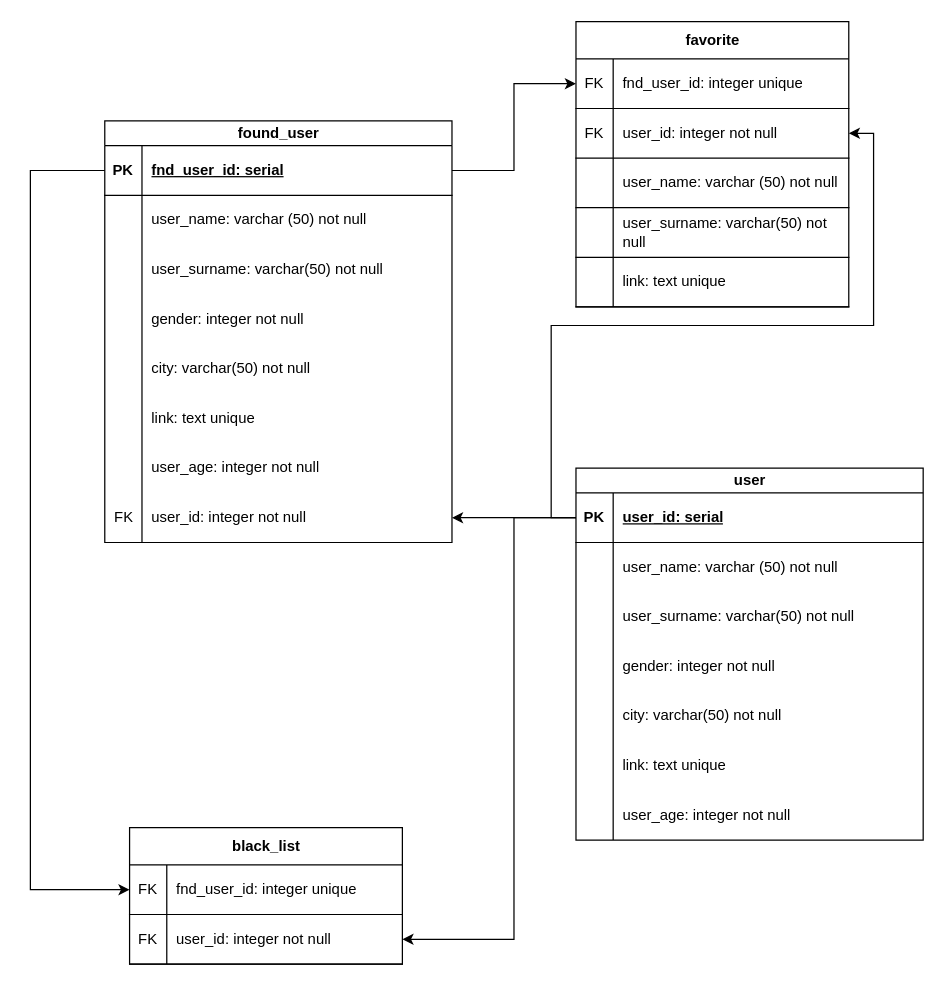
Above: db_files/db_diagram.drawio in Rou795/VKinder_group_4 (draw.io), before the change. Source tidied: cells renumbered, new cells numbered last; positions are measured from the earlier drawing's top-left corner, leaving out a move shared by most shapes. Both pictures are drawn from the tidied source at 124%, with x=0, y=0 at pixel (30, 21).
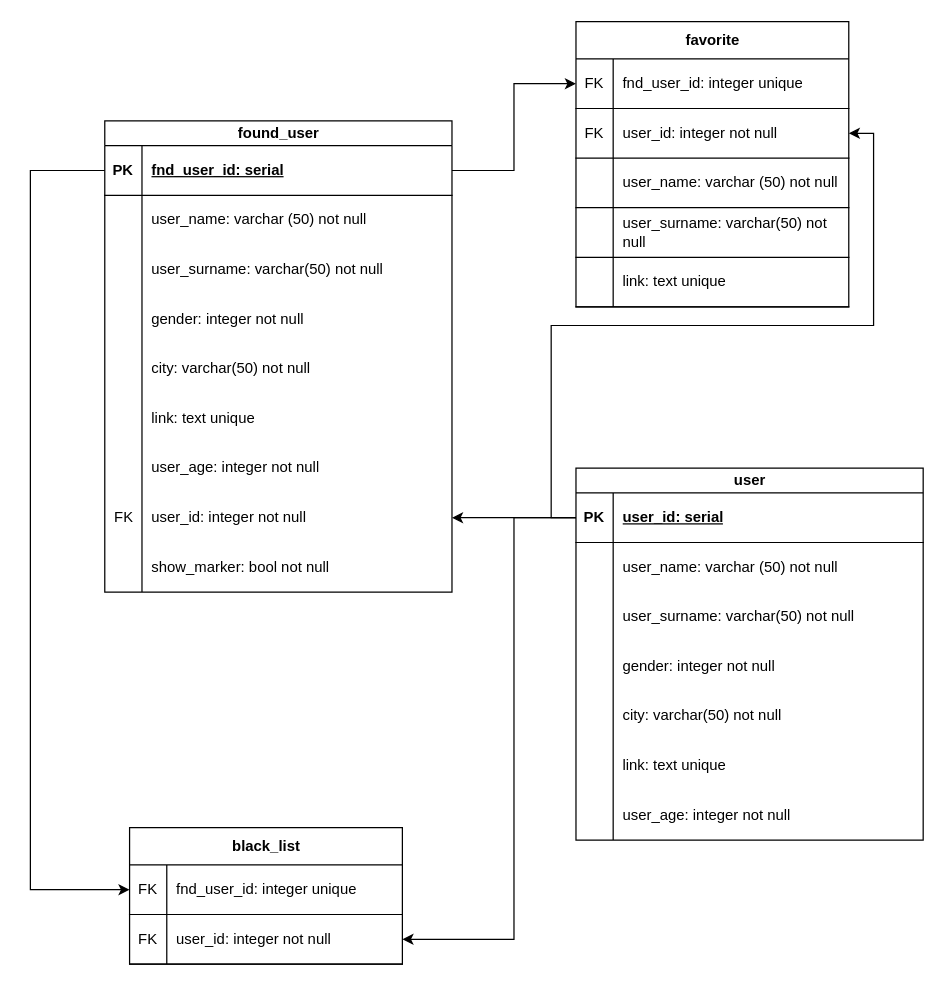
After the change.

The edit, as a diff of the source:
```diff
@@
     <mxCell id="2" value="found_user" style="shape=table;startSize=20;childLayout=tableLayout;rowLines=0;fontStyle=1;align=center;html=1;strokeColor=default;" parent="1" vertex="1">
-      <mxGeometry x="60" y="80" width="280" height="340" as="geometry" />
+      <mxGeometry x="60" y="80" width="280" height="380" as="geometry" />
     </mxCell>
@@
+    <mxCell id="80" style="shape=tableRow;horizontal=0;startSize=0;swimlaneHead=0;swimlaneBody=0;fillColor=none;top=0;left=0;right=0;bottom=0;" parent="2" vertex="1">
+      <mxGeometry y="340" width="280" height="40" as="geometry" />
+    </mxCell>
+    <mxCell id="81" style="shape=partialRectangle;fillColor=none;top=0;left=0;bottom=0;right=0;overflow=hidden;whiteSpace=wrap;html=1;" parent="80" vertex="1">
+      <mxGeometry width="30" height="40" as="geometry" />
+    </mxCell>
+    <mxCell id="82" value="show_marker: bool not null" style="shape=partialRectangle;fillColor=none;top=0;left=0;bottom=0;right=0;align=left;spacingLeft=6;overflow=hidden;whiteSpace=wrap;html=1;" parent="80" vertex="1">
+      <mxGeometry x="30" width="250" height="40" as="geometry" />
+    </mxCell>
```
